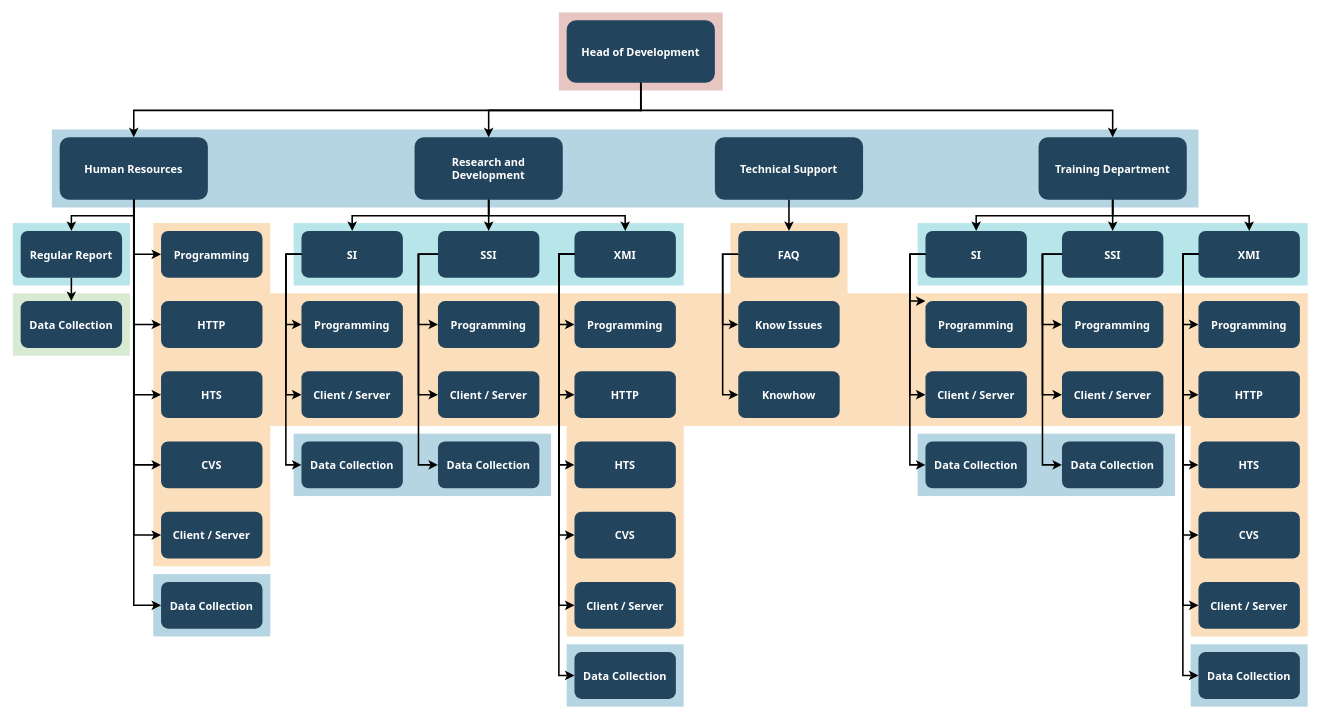
This is travel.drawio from dacnghia-lx/site-map, a draw.io file, before an edit. Source tidied: cells renumbered, new cells numbered last; positions are measured from the earlier drawing's top-left corner, leaving out a move shared by most shapes. Both pictures are drawn from the tidied source at 78%, with x=0, y=0 at pixel (12, 12).
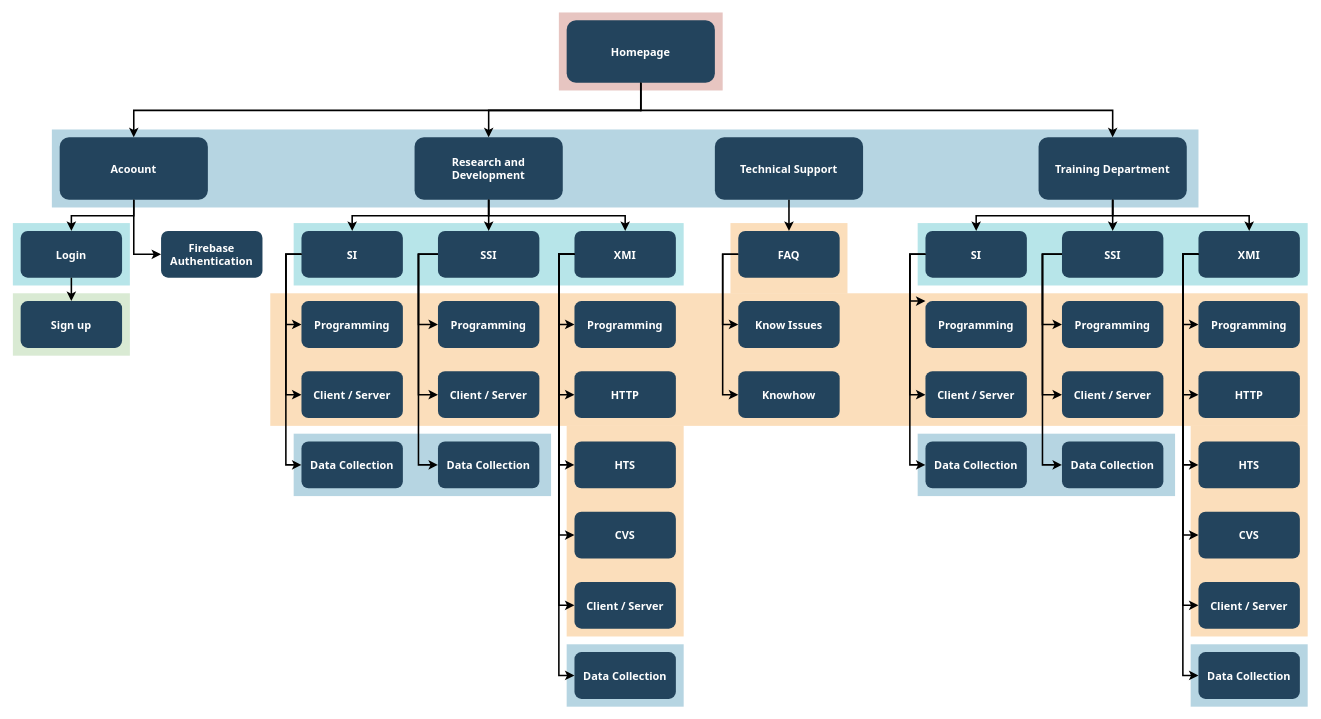
The same page after the edit.

Change to the diagram source:
```diff
@@
-    <mxCell id="7" style="fillColor=#F2931E;strokeColor=none;opacity=30;" parent="1" vertex="1">
-      <mxGeometry x="180" y="269.5" width="150" height="440" as="geometry" />
-    </mxCell>
@@
-    <mxCell id="13" style="fillColor=#10739E;strokeColor=none;opacity=30;" parent="1" vertex="1">
-      <mxGeometry x="180" y="719.5" width="150" height="80" as="geometry" />
-    </mxCell>
@@
-    <mxCell id="18" value="Head of Development" style="rounded=1;fillColor=#23445D;gradientColor=none;strokeColor=none;fontColor=#FFFFFF;fontStyle=1;fontFamily=Tahoma;fontSize=14;" parent="1" vertex="1">
+    <mxCell id="18" value="Homepage" style="rounded=1;fillColor=#23445D;gradientColor=none;strokeColor=none;fontColor=#FFFFFF;fontStyle=1;fontFamily=Tahoma;fontSize=14;" parent="1" vertex="1">
       <mxGeometry x="710" y="9.5" width="190" height="80" as="geometry" />
     </mxCell>
@@
-    <mxCell id="23" value="Human Resources" style="rounded=1;fillColor=#23445D;gradientColor=none;strokeColor=none;fontColor=#FFFFFF;fontStyle=1;fontFamily=Tahoma;fontSize=14;" parent="1" vertex="1">
+    <mxCell id="23" value="Acoount" style="rounded=1;fillColor=#23445D;gradientColor=none;strokeColor=none;fontColor=#FFFFFF;fontStyle=1;fontFamily=Tahoma;fontSize=14;" parent="1" vertex="1">
       <mxGeometry x="60" y="159.5" width="190" height="80" as="geometry" />
     </mxCell>
-    <mxCell id="24" value="Regular Report" style="rounded=1;fillColor=#23445D;gradientColor=none;strokeColor=none;fontColor=#FFFFFF;fontStyle=1;fontFamily=Tahoma;fontSize=14;" parent="1" vertex="1">
+    <mxCell id="24" value="Login" style="rounded=1;fillColor=#23445D;gradientColor=none;strokeColor=none;fontColor=#FFFFFF;fontStyle=1;fontFamily=Tahoma;fontSize=14;" parent="1" vertex="1">
       <mxGeometry x="10" y="279.5" width="130" height="60" as="geometry" />
     </mxCell>
-    <mxCell id="25" value="Data Collection" style="rounded=1;fillColor=#23445D;gradientColor=none;strokeColor=none;fontColor=#FFFFFF;fontStyle=1;fontFamily=Tahoma;fontSize=14;" parent="1" vertex="1">
+    <mxCell id="25" value="Sign up" style="rounded=1;fillColor=#23445D;gradientColor=none;strokeColor=none;fontColor=#FFFFFF;fontStyle=1;fontFamily=Tahoma;fontSize=14;" parent="1" vertex="1">
       <mxGeometry x="10" y="369.5" width="130" height="60" as="geometry" />
     </mxCell>
-    <mxCell id="26" value="Programming" style="rounded=1;fillColor=#23445D;gradientColor=none;strokeColor=none;fontColor=#FFFFFF;fontStyle=1;fontFamily=Tahoma;fontSize=14;" parent="1" vertex="1">
+    <mxCell id="26" value="Firebase&#10;Authentication" style="rounded=1;fillColor=#23445D;gradientColor=none;strokeColor=none;fontColor=#FFFFFF;fontStyle=1;fontFamily=Tahoma;fontSize=14;" parent="1" vertex="1">
       <mxGeometry x="190" y="279.5" width="130" height="60" as="geometry" />
     </mxCell>
-    <mxCell id="27" value="HTTP" style="rounded=1;fillColor=#23445D;gradientColor=none;strokeColor=none;fontColor=#FFFFFF;fontStyle=1;fontFamily=Tahoma;fontSize=14;" parent="1" vertex="1">
-      <mxGeometry x="190" y="369.5" width="130" height="60" as="geometry" />
-    </mxCell>
-    <mxCell id="28" value="HTS" style="rounded=1;fillColor=#23445D;gradientColor=none;strokeColor=none;fontColor=#FFFFFF;fontStyle=1;fontFamily=Tahoma;fontSize=14;" parent="1" vertex="1">
-      <mxGeometry x="190" y="459.5" width="130" height="60" as="geometry" />
-    </mxCell>
-    <mxCell id="29" value="CVS" style="rounded=1;fillColor=#23445D;gradientColor=none;strokeColor=none;fontColor=#FFFFFF;fontStyle=1;fontFamily=Tahoma;fontSize=14;" parent="1" vertex="1">
-      <mxGeometry x="190" y="549.5" width="130" height="60" as="geometry" />
-    </mxCell>
-    <mxCell id="30" value="Client / Server" style="rounded=1;fillColor=#23445D;gradientColor=none;strokeColor=none;fontColor=#FFFFFF;fontStyle=1;fontFamily=Tahoma;fontSize=14;" parent="1" vertex="1">
-      <mxGeometry x="190" y="639.5" width="130" height="60" as="geometry" />
-    </mxCell>
-    <mxCell id="31" value="Data Collection" style="rounded=1;fillColor=#23445D;gradientColor=none;strokeColor=none;fontColor=#FFFFFF;fontStyle=1;fontFamily=Tahoma;fontSize=14;" parent="1" vertex="1">
-      <mxGeometry x="190" y="729.5" width="130" height="60" as="geometry" />
-    </mxCell>
@@
-    <mxCell id="69" style="edgeStyle=elbowEdgeStyle;elbow=horizontal;strokeWidth=2;rounded=0;" parent="1" edge="1" source="23" target="27">
-      <mxGeometry x="-23" y="135.5" as="geometry">
-        <Array as="points">
-          <mxPoint x="155" y="299.5" />
-        </Array>
-      </mxGeometry>
-    </mxCell>
-    <mxCell id="70" style="edgeStyle=elbowEdgeStyle;elbow=horizontal;strokeWidth=2;rounded=0;" parent="1" edge="1" source="23" target="28">
-      <mxGeometry x="-23" y="135.5" as="geometry">
-        <Array as="points">
-          <mxPoint x="155" y="349.5" />
-        </Array>
-      </mxGeometry>
-    </mxCell>
-    <mxCell id="71" style="edgeStyle=elbowEdgeStyle;elbow=horizontal;strokeWidth=2;rounded=0;" parent="1" edge="1" source="23" target="29">
-      <mxGeometry x="-23" y="135.5" as="geometry">
-        <Array as="points">
-          <mxPoint x="155" y="399.5" />
-        </Array>
-      </mxGeometry>
-    </mxCell>
-    <mxCell id="72" style="edgeStyle=elbowEdgeStyle;elbow=horizontal;strokeWidth=2;rounded=0;" parent="1" edge="1" source="23" target="30">
-      <mxGeometry x="-23" y="135.5" as="geometry">
-        <Array as="points">
-          <mxPoint x="155" y="439.5" />
-        </Array>
-      </mxGeometry>
-    </mxCell>
-    <mxCell id="73" style="edgeStyle=elbowEdgeStyle;elbow=horizontal;strokeWidth=2;rounded=0;" parent="1" edge="1" source="23" target="31">
-      <mxGeometry x="-23" y="135.5" as="geometry">
-        <Array as="points">
-          <mxPoint x="155" y="489.5" />
-        </Array>
-      </mxGeometry>
-    </mxCell>
```
